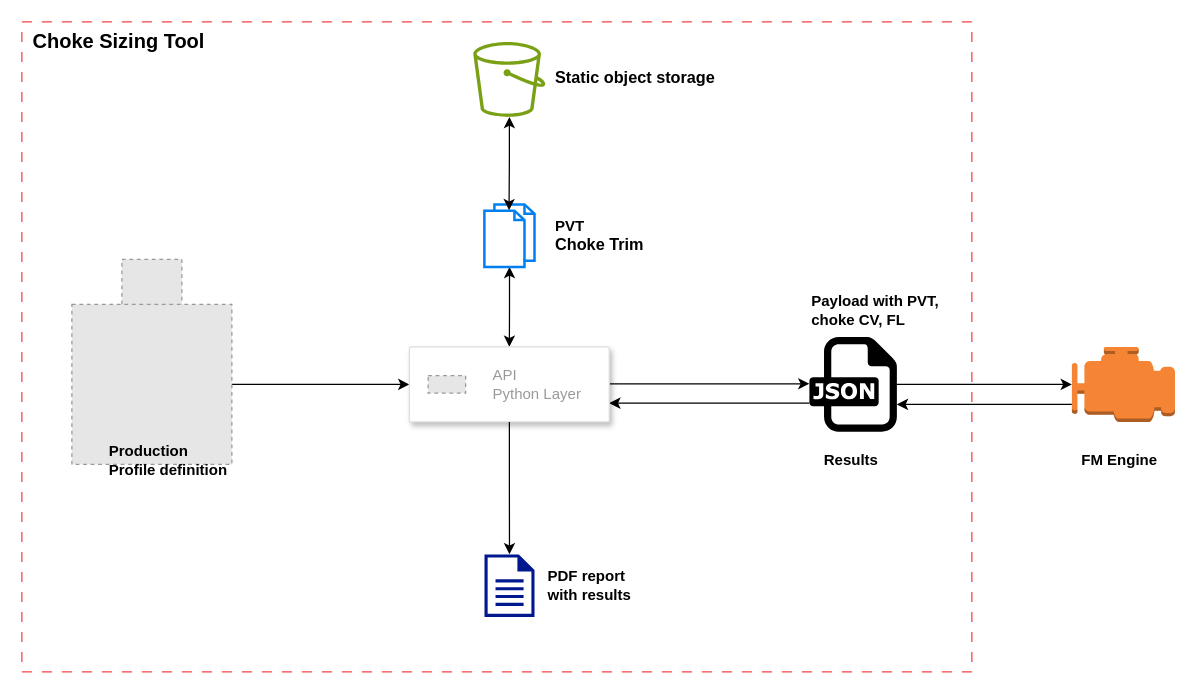
This is CST_layer.drawio from przesmak/flowchart, a draw.io file, before an edit. Source tidied: cells renumbered, new cells numbered last; positions are measured from the earlier drawing's top-left corner, leaving out a move shared by most shapes. Both pictures are drawn from the tidied source at 125%, with x=0, y=0 at pixel (21, 21). Pictures stored in the file or linked from it are replaced by grey dashed boxes.
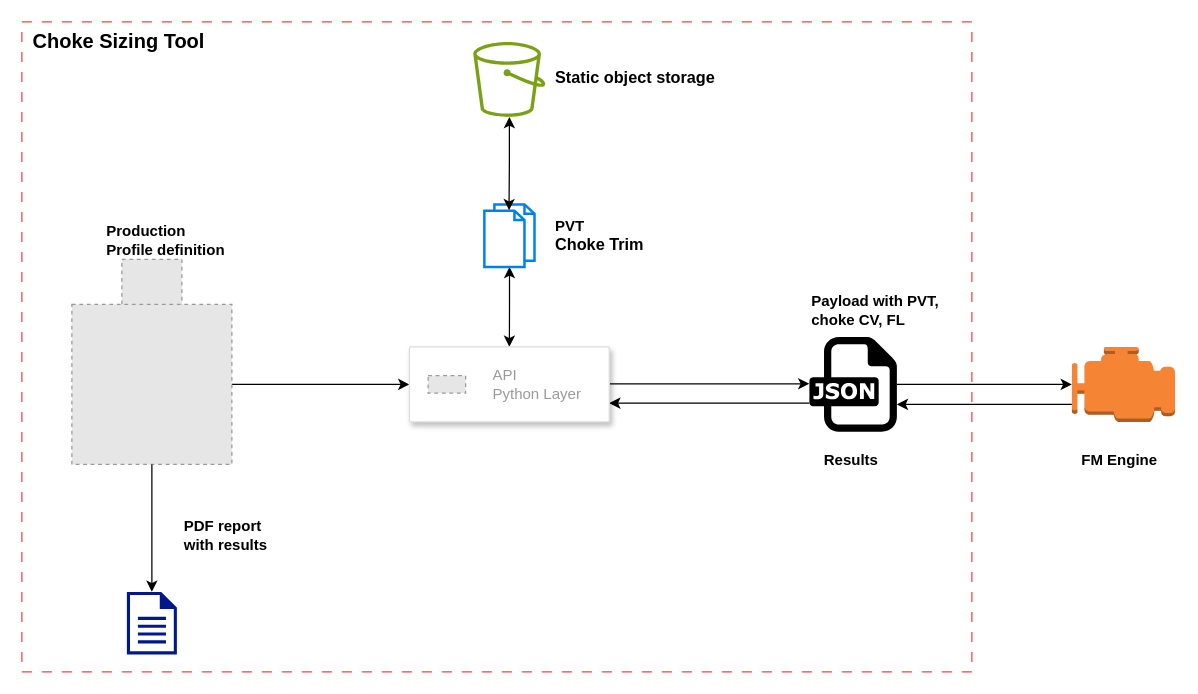
After the change.

Unchanged cells that the change refers to:
```xml
<mxCell id="9" style="fillColor=#E6E6E6;strokeColor=#999999;dashed=1;html=1;verticalAlign=top;verticalLabelPosition=bottom;labelBackgroundColor=#ffffff;" parent="1" vertex="1">
  <mxGeometry x="40" y="226" width="128" height="128" as="geometry" />
</mxCell>
<mxCell id="17" style="strokeColor=#dddddd;shadow=1;strokeWidth=1;rounded=1;absoluteArcSize=1;arcSize=2;" parent="1" vertex="1">
  <mxGeometry x="310" y="260" width="159.9" height="60" as="geometry" />
</mxCell>
```

The edit, as a diff of the source:
```diff
@@
     <mxCell id="14" style="sketch=0;shadow=0;dashed=0;html=1;strokeColor=none;labelPosition=center;verticalLabelPosition=bottom;verticalAlign=top;align=center;fillColor=#00188D;shape=mxgraph.mscae.enterprise.document;" parent="1" vertex="1">
-      <mxGeometry x="370.1" y="426" width="40" height="50" as="geometry" />
+      <mxGeometry x="84" y="456" width="40" height="50" as="geometry" />
     </mxCell>
@@
-    <mxCell id="19" style="edgeStyle=orthogonalEdgeStyle;rounded=0;jettySize=auto;html=1;entryX=0.5;entryY=0;entryDx=0;entryDy=0;entryPerimeter=0;" parent="1" edge="1" source="17" target="14">
+    <mxCell id="19" style="edgeStyle=orthogonalEdgeStyle;rounded=0;jettySize=auto;html=1;entryX=0.5;entryY=0;entryDx=0;entryDy=0;entryPerimeter=0;" parent="1" edge="1" source="9" target="14">
       <mxGeometry relative="1" as="geometry" />
     </mxCell>
@@
     <mxCell id="23" value="&lt;b&gt;PDF report with results&lt;/b&gt;" style="text;html=1;strokeColor=none;fillColor=none;align=left;verticalAlign=middle;whiteSpace=wrap;rounded=0;" parent="1" vertex="1">
-      <mxGeometry x="418.9" y="436" width="90" height="30" as="geometry" />
+      <mxGeometry x="128" y="396" width="90" height="30" as="geometry" />
     </mxCell>
@@
     <mxCell id="26" value="&lt;b&gt;Production Profile definition&lt;/b&gt;" style="text;html=1;strokeColor=none;fillColor=none;align=left;verticalAlign=middle;whiteSpace=wrap;rounded=0;" parent="1" vertex="1">
-      <mxGeometry x="68" y="336" width="102" height="30" as="geometry" />
+      <mxGeometry x="66" y="159.9" width="102" height="30" as="geometry" />
     </mxCell>
```
